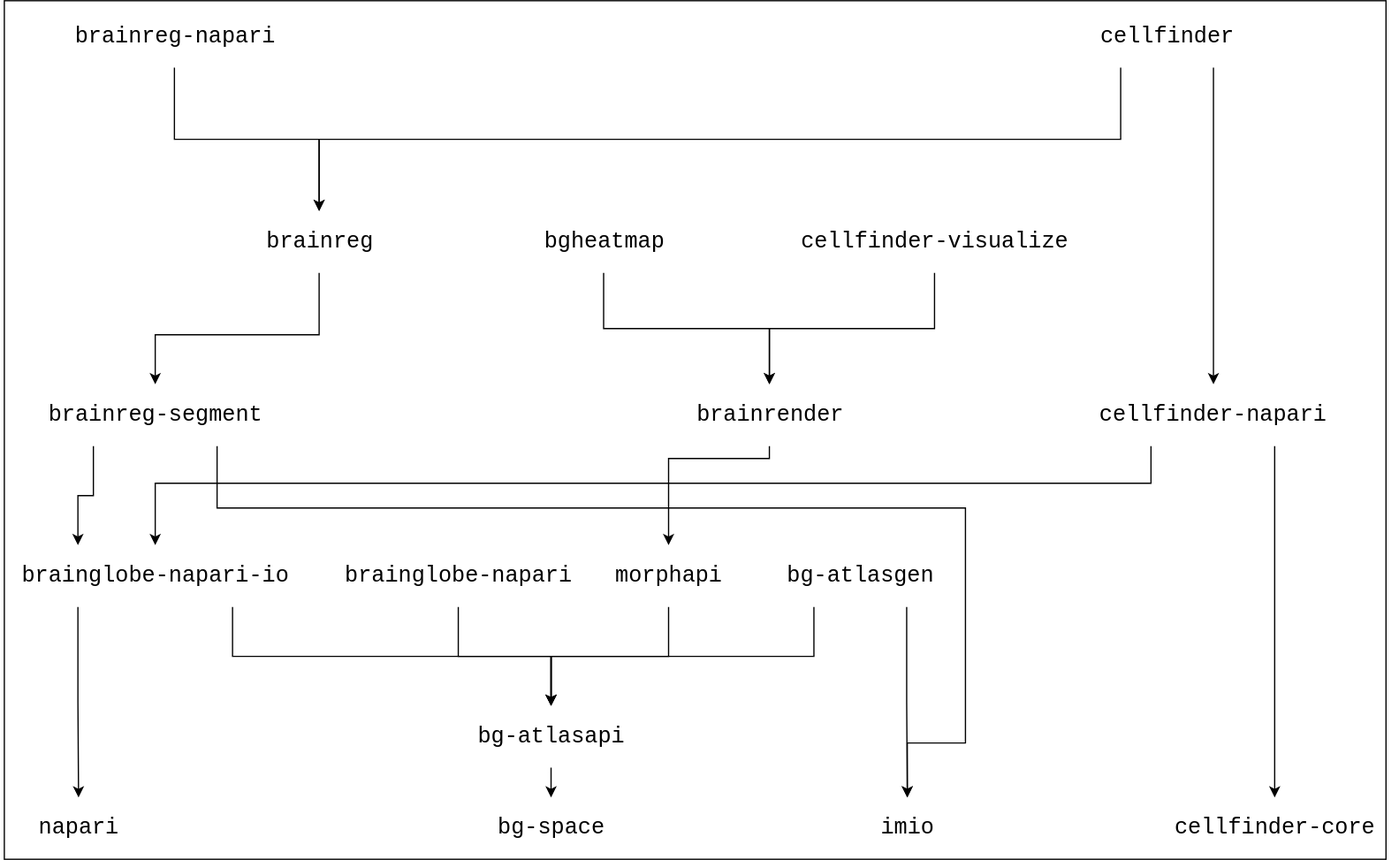
The draw.io diagram docs/assets/BrainGlobe-dependencies.svg in brainglobe/brainglobe-meta, before a commit. Source tidied: cells renumbered, new cells last; positions are measured from the earlier drawing's top-left corner, leaving out a move shared by most shapes.
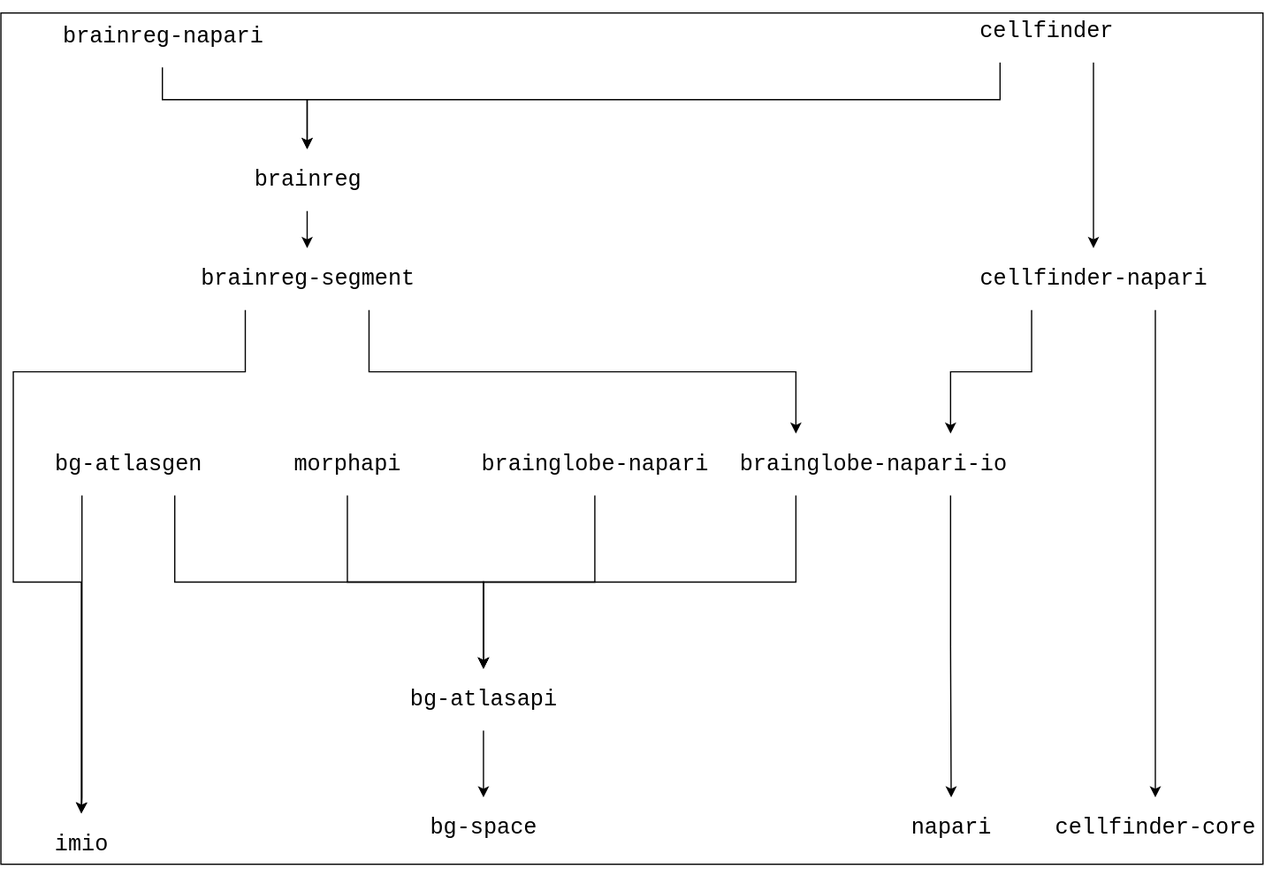
The same file after the commit.

Diff of the diagram source:
```diff
@@ -3,144 +3,124 @@
     <mxCell id="0" />
     <mxCell id="1" parent="0" />
     <mxCell id="2" style="rounded=0;whiteSpace=wrap;html=1;" parent="1" vertex="1">
-      <mxGeometry x="3" width="1117" height="694" as="geometry" />
+      <mxGeometry x="10" y="10" width="1020" height="688" as="geometry" />
     </mxCell>
     <mxCell id="3" value="napari" style="text;html=1;strokeColor=none;fillColor=none;align=center;verticalAlign=middle;rounded=0;fontFamily=Courier New;labelBackgroundColor=#FFFFFF;fontColor=#000000;labelBorderColor=none;fontSize=18;" parent="1" vertex="1">
-      <mxGeometry x="13" y="644" width="100" height="50" as="geometry" />
+      <mxGeometry x="728" y="644" width="100" height="50" as="geometry" />
     </mxCell>
     <mxCell id="4" value="bg-space" style="text;html=1;strokeColor=none;fillColor=none;align=center;verticalAlign=middle;rounded=0;fontFamily=Courier New;labelBackgroundColor=#FFFFFF;fontColor=#000000;labelBorderColor=none;fontSize=18;" parent="1" vertex="1">
-      <mxGeometry x="395" y="644" width="100" height="50" as="geometry" />
+      <mxGeometry x="350" y="644" width="100" height="50" as="geometry" />
     </mxCell>
     <mxCell id="5" value="cellfinder-core" style="text;html=1;strokeColor=none;fillColor=none;align=center;verticalAlign=middle;rounded=0;fontFamily=Courier New;labelBackgroundColor=#FFFFFF;fontColor=#000000;labelBorderColor=none;fontSize=18;" parent="1" vertex="1">
-      <mxGeometry x="930" y="644" width="200" height="50" as="geometry" />
+      <mxGeometry x="843" y="644" width="200" height="50" as="geometry" />
     </mxCell>
     <mxCell id="6" value="imio" style="text;html=1;strokeColor=none;fillColor=none;align=center;verticalAlign=middle;rounded=0;fontFamily=Courier New;labelBackgroundColor=#FFFFFF;fontColor=#000000;labelBorderColor=none;fontSize=18;" parent="1" vertex="1">
-      <mxGeometry x="683" y="644" width="100" height="50" as="geometry" />
+      <mxGeometry x="25" y="657" width="100" height="50" as="geometry" />
     </mxCell>
     <mxCell id="7" style="edgeStyle=orthogonalEdgeStyle;rounded=0;jettySize=auto;html=1;" parent="1" edge="1" source="8" target="4">
       <mxGeometry relative="1" as="geometry" />
     </mxCell>
     <mxCell id="8" value="bg-atlasapi" style="text;html=1;strokeColor=none;fillColor=none;align=center;verticalAlign=middle;rounded=0;fontFamily=Courier New;labelBackgroundColor=#FFFFFF;fontColor=#000000;labelBorderColor=none;fontSize=18;" parent="1" vertex="1">
-      <mxGeometry x="370" y="570" width="150" height="50" as="geometry" />
+      <mxGeometry x="325" y="540" width="150" height="50" as="geometry" />
     </mxCell>
-    <mxCell id="9" style="edgeStyle=orthogonalEdgeStyle;rounded=0;jettySize=auto;html=1;exitX=0.25;exitY=1;exitDx=0;exitDy=0;" parent="1" edge="1" source="11" target="8">
+    <mxCell id="9" style="edgeStyle=orthogonalEdgeStyle;rounded=0;jettySize=auto;html=1;exitX=0.75;exitY=1;exitDx=0;exitDy=0;" parent="1" edge="1" source="11" target="8">
       <mxGeometry relative="1" as="geometry" />
     </mxCell>
-    <mxCell id="10" style="edgeStyle=orthogonalEdgeStyle;rounded=0;jettySize=auto;html=1;exitX=0.75;exitY=1;exitDx=0;exitDy=0;entryX=0.5;entryY=0;entryDx=0;entryDy=0;" parent="1" edge="1" source="11" target="6">
-      <mxGeometry relative="1" as="geometry" />
+    <mxCell id="10" style="edgeStyle=orthogonalEdgeStyle;rounded=0;jettySize=auto;html=1;exitX=0.25;exitY=1;exitDx=0;exitDy=0;entryX=0.5;entryY=0;entryDx=0;entryDy=0;" parent="1" edge="1" source="11" target="6">
+      <mxGeometry relative="1" as="geometry">
+        <Array as="points">
+          <mxPoint x="76" y="644" />
+        </Array>
+      </mxGeometry>
     </mxCell>
     <mxCell id="11" value="bg-atlasgen" style="text;html=1;strokeColor=none;fillColor=none;align=center;verticalAlign=middle;rounded=0;fontFamily=Courier New;labelBackgroundColor=#FFFFFF;fontColor=#000000;labelBorderColor=none;fontSize=18;" parent="1" vertex="1">
-      <mxGeometry x="620" y="440" width="150" height="50" as="geometry" />
+      <mxGeometry x="38" y="350" width="150" height="50" as="geometry" />
     </mxCell>
-    <mxCell id="12" style="edgeStyle=orthogonalEdgeStyle;rounded=0;jettySize=auto;html=1;exitX=0.25;exitY=1;exitDx=0;exitDy=0;entryX=0.5;entryY=0;entryDx=0;entryDy=0;" parent="1" edge="1" source="14" target="3">
+    <mxCell id="12" style="edgeStyle=orthogonalEdgeStyle;rounded=0;jettySize=auto;html=1;exitX=0.75;exitY=1;exitDx=0;exitDy=0;entryX=0.5;entryY=0;entryDx=0;entryDy=0;" parent="1" edge="1" source="14" target="3">
       <mxGeometry relative="1" as="geometry" />
     </mxCell>
-    <mxCell id="13" style="edgeStyle=orthogonalEdgeStyle;rounded=0;jettySize=auto;html=1;exitX=0.75;exitY=1;exitDx=0;exitDy=0;entryX=0.5;entryY=0;entryDx=0;entryDy=0;" parent="1" edge="1" source="14" target="8">
+    <mxCell id="13" style="edgeStyle=orthogonalEdgeStyle;rounded=0;jettySize=auto;html=1;exitX=0.25;exitY=1;exitDx=0;exitDy=0;entryX=0.5;entryY=0;entryDx=0;entryDy=0;" parent="1" edge="1" source="14" target="8">
       <mxGeometry relative="1" as="geometry" />
     </mxCell>
     <mxCell id="14" value="&lt;div&gt;brainglobe-napari-io&lt;/div&gt;" style="text;html=1;strokeColor=none;fillColor=none;align=center;verticalAlign=middle;rounded=0;fontFamily=Courier New;labelBackgroundColor=#FFFFFF;fontColor=#000000;labelBorderColor=none;fontSize=18;" parent="1" vertex="1">
-      <mxGeometry y="440" width="250" height="50" as="geometry" />
+      <mxGeometry x="590" y="350" width="250" height="50" as="geometry" />
     </mxCell>
-    <mxCell id="15" style="edgeStyle=orthogonalEdgeStyle;rounded=0;jettySize=auto;html=1;entryX=0.5;entryY=0;entryDx=0;entryDy=0;" parent="1" edge="1" source="16" target="8">
-      <mxGeometry relative="1" as="geometry">
-        <Array as="points">
-          <mxPoint x="540" y="530" />
-          <mxPoint x="445" y="530" />
-        </Array>
-      </mxGeometry>
+    <mxCell id="15" style="edgeStyle=orthogonalEdgeStyle;rounded=0;jettySize=auto;html=1;exitX=0.5;exitY=1;exitDx=0;exitDy=0;entryX=0.5;entryY=0;entryDx=0;entryDy=0;" parent="1" edge="1" source="16" target="8">
+      <mxGeometry relative="1" as="geometry" />
     </mxCell>
     <mxCell id="16" value="morphapi" style="text;html=1;strokeColor=none;fillColor=none;align=center;verticalAlign=middle;rounded=0;fontFamily=Courier New;labelBackgroundColor=#FFFFFF;fontColor=#000000;labelBorderColor=none;fontSize=18;" parent="1" vertex="1">
-      <mxGeometry x="490" y="440" width="100" height="50" as="geometry" />
+      <mxGeometry x="240" y="350" width="100" height="50" as="geometry" />
     </mxCell>
     <mxCell id="17" style="edgeStyle=orthogonalEdgeStyle;rounded=0;jettySize=auto;html=1;entryX=0.5;entryY=0;entryDx=0;entryDy=0;" parent="1" edge="1" source="18" target="8">
       <mxGeometry relative="1" as="geometry" />
     </mxCell>
     <mxCell id="18" value="brainglobe-napari" style="text;html=1;strokeColor=none;fillColor=none;align=center;verticalAlign=middle;rounded=0;fontFamily=Courier New;labelBackgroundColor=#FFFFFF;fontColor=#000000;labelBorderColor=none;fontSize=18;" parent="1" vertex="1">
-      <mxGeometry x="270" y="440" width="200" height="50" as="geometry" />
+      <mxGeometry x="390" y="350" width="200" height="50" as="geometry" />
     </mxCell>
-    <mxCell id="19" style="edgeStyle=orthogonalEdgeStyle;rounded=0;jettySize=auto;html=1;exitX=0.25;exitY=1;exitDx=0;exitDy=0;entryX=0.25;entryY=0;entryDx=0;entryDy=0;" parent="1" edge="1" source="21" target="14">
+    <mxCell id="19" style="edgeStyle=orthogonalEdgeStyle;rounded=0;jettySize=auto;html=1;exitX=0.75;exitY=1;exitDx=0;exitDy=0;entryX=0.25;entryY=0;entryDx=0;entryDy=0;" parent="1" edge="1" source="21" target="14">
       <mxGeometry relative="1" as="geometry" />
     </mxCell>
-    <mxCell id="20" style="edgeStyle=orthogonalEdgeStyle;rounded=0;jettySize=auto;html=1;exitX=0.75;exitY=1;exitDx=0;exitDy=0;entryX=0.5;entryY=0;entryDx=0;entryDy=0;" parent="1" edge="1" source="21" target="6">
+    <mxCell id="20" style="edgeStyle=orthogonalEdgeStyle;rounded=0;jettySize=auto;html=1;exitX=0.25;exitY=1;exitDx=0;exitDy=0;entryX=0.5;entryY=0;entryDx=0;entryDy=0;" parent="1" edge="1" source="21" target="6">
       <mxGeometry relative="1" as="geometry">
         <Array as="points">
-          <mxPoint x="175" y="410" />
-          <mxPoint x="780" y="410" />
-          <mxPoint x="780" y="600" />
-          <mxPoint x="733" y="600" />
+          <mxPoint x="208" y="300" />
+          <mxPoint x="20" y="300" />
+          <mxPoint x="20" y="470" />
+          <mxPoint x="75" y="470" />
         </Array>
       </mxGeometry>
     </mxCell>
     <mxCell id="21" value="brainreg-segment" style="text;html=1;strokeColor=none;fillColor=none;align=center;verticalAlign=middle;rounded=0;fontFamily=Courier New;labelBackgroundColor=#FFFFFF;fontColor=#000000;labelBorderColor=none;fontSize=18;" parent="1" vertex="1">
-      <mxGeometry x="25" y="310" width="200" height="50" as="geometry" />
+      <mxGeometry x="157.5" y="200" width="200" height="50" as="geometry" />
     </mxCell>
-    <mxCell id="22" style="edgeStyle=orthogonalEdgeStyle;rounded=0;jettySize=auto;html=1;exitX=0.5;exitY=1;exitDx=0;exitDy=0;entryX=0.5;entryY=0;entryDx=0;entryDy=0;" parent="1" edge="1" source="23" target="16">
-      <mxGeometry relative="1" as="geometry">
-        <Array as="points">
-          <mxPoint x="622" y="370" />
-          <mxPoint x="540" y="370" />
-        </Array>
-      </mxGeometry>
-    </mxCell>
-    <mxCell id="23" value="brainrender" style="text;html=1;strokeColor=none;fillColor=none;align=center;verticalAlign=middle;rounded=0;fontFamily=Courier New;labelBackgroundColor=#FFFFFF;fontColor=#000000;labelBorderColor=none;fontSize=18;" parent="1" vertex="1">
-      <mxGeometry x="544" y="310" width="155" height="50" as="geometry" />
-    </mxCell>
     <mxCell id="24" style="edgeStyle=orthogonalEdgeStyle;rounded=0;jettySize=auto;html=1;exitX=0.75;exitY=1;exitDx=0;exitDy=0;entryX=0.5;entryY=0;entryDx=0;entryDy=0;" parent="1" edge="1" source="26" target="5">
       <mxGeometry relative="1" as="geometry" />
     </mxCell>
-    <mxCell id="25" style="edgeStyle=orthogonalEdgeStyle;rounded=0;jettySize=auto;html=1;exitX=0.25;exitY=1;exitDx=0;exitDy=0;entryX=0.5;entryY=0;entryDx=0;entryDy=0;" parent="1" edge="1" source="26" target="14">
+    <mxCell id="25" style="edgeStyle=orthogonalEdgeStyle;rounded=0;jettySize=auto;html=1;exitX=0.25;exitY=1;exitDx=0;exitDy=0;entryX=0.75;entryY=0;entryDx=0;entryDy=0;" parent="1" edge="1" source="26" target="14">
       <mxGeometry relative="1" as="geometry">
         <Array as="points">
-          <mxPoint x="930" y="390" />
-          <mxPoint x="125" y="390" />
+          <mxPoint x="843" y="300" />
+          <mxPoint x="778" y="300" />
         </Array>
       </mxGeometry>
     </mxCell>
     <mxCell id="26" value="cellfinder-napari" style="text;html=1;strokeColor=none;fillColor=none;align=center;verticalAlign=middle;rounded=0;fontFamily=Courier New;labelBackgroundColor=#FFFFFF;fontColor=#000000;labelBorderColor=none;fontSize=18;" parent="1" vertex="1">
-      <mxGeometry x="880" y="310" width="200" height="50" as="geometry" />
+      <mxGeometry x="793" y="200" width="200" height="50" as="geometry" />
     </mxCell>
-    <mxCell id="27" style="edgeStyle=orthogonalEdgeStyle;rounded=0;jettySize=auto;html=1;exitX=0.5;exitY=1;exitDx=0;exitDy=0;entryX=0.5;entryY=0;entryDx=0;entryDy=0;" parent="1" edge="1" source="28" target="21">
-      <mxGeometry relative="1" as="geometry">
-        <Array as="points">
-          <mxPoint x="258" y="270" />
-          <mxPoint x="125" y="270" />
-        </Array>
-      </mxGeometry>
+    <mxCell id="27" style="edgeStyle=orthogonalEdgeStyle;rounded=0;jettySize=auto;html=1;exitX=0.5;exitY=1;exitDx=0;exitDy=0;" parent="1" edge="1" source="28" target="21">
+      <mxGeometry relative="1" as="geometry" />
     </mxCell>
     <mxCell id="28" value="brainreg" style="text;html=1;strokeColor=none;fillColor=none;align=center;verticalAlign=middle;rounded=0;fontFamily=Courier New;labelBackgroundColor=#FFFFFF;fontColor=#000000;labelBorderColor=none;fontSize=18;" parent="1" vertex="1">
-      <mxGeometry x="210" y="170" width="95" height="50" as="geometry" />
+      <mxGeometry x="210" y="120" width="95" height="50" as="geometry" />
     </mxCell>
-    <mxCell id="29" style="edgeStyle=orthogonalEdgeStyle;rounded=0;jettySize=auto;html=1;" parent="1" edge="1" source="30" target="23">
-      <mxGeometry relative="1" as="geometry" />
-    </mxCell>
-    <mxCell id="30" value="bgheatmap" style="text;html=1;strokeColor=none;fillColor=none;align=center;verticalAlign=middle;rounded=0;fontFamily=Courier New;labelBackgroundColor=#FFFFFF;fontColor=#000000;labelBorderColor=none;fontSize=18;" parent="1" vertex="1">
-      <mxGeometry x="410" y="170" width="155" height="50" as="geometry" />
-    </mxCell>
-    <mxCell id="31" style="edgeStyle=orthogonalEdgeStyle;rounded=0;jettySize=auto;html=1;exitX=0.5;exitY=1;exitDx=0;exitDy=0;" parent="1" edge="1" source="32" target="23">
-      <mxGeometry relative="1" as="geometry" />
-    </mxCell>
-    <mxCell id="32" value="cellfinder-visualize" style="text;html=1;strokeColor=none;fillColor=none;align=center;verticalAlign=middle;rounded=0;fontFamily=Courier New;labelBackgroundColor=#FFFFFF;fontColor=#000000;labelBorderColor=none;fontSize=18;" parent="1" vertex="1">
-      <mxGeometry x="630" y="170" width="250" height="50" as="geometry" />
-    </mxCell>
     <mxCell id="33" style="edgeStyle=orthogonalEdgeStyle;rounded=0;jettySize=auto;html=1;entryX=0.5;entryY=0;entryDx=0;entryDy=0;" parent="1" edge="1" source="34" target="28">
-      <mxGeometry relative="1" as="geometry" />
+      <mxGeometry relative="1" as="geometry">
+        <Array as="points">
+          <mxPoint x="141" y="80" />
+          <mxPoint x="258" y="80" />
+        </Array>
+      </mxGeometry>
     </mxCell>
     <mxCell id="34" value="brainreg-napari" style="text;html=1;strokeColor=none;fillColor=none;align=center;verticalAlign=middle;rounded=0;fontFamily=Courier New;labelBackgroundColor=#FFFFFF;fontColor=#000000;labelBorderColor=none;fontSize=18;" parent="1" vertex="1">
       <mxGeometry x="38" y="4" width="205" height="50" as="geometry" />
     </mxCell>
     <mxCell id="35" style="edgeStyle=orthogonalEdgeStyle;rounded=0;jettySize=auto;html=1;exitX=0.25;exitY=1;exitDx=0;exitDy=0;entryX=0.5;entryY=0;entryDx=0;entryDy=0;" parent="1" edge="1" source="37" target="28">
-      <mxGeometry relative="1" as="geometry" />
+      <mxGeometry relative="1" as="geometry">
+        <Array as="points">
+          <mxPoint x="818" y="80" />
+          <mxPoint x="258" y="80" />
+        </Array>
+      </mxGeometry>
     </mxCell>
-    <mxCell id="36" style="edgeStyle=orthogonalEdgeStyle;rounded=0;jettySize=auto;html=1;exitX=0.75;exitY=1;exitDx=0;exitDy=0;" parent="1" edge="1" source="37" target="26">
+    <mxCell id="36" style="edgeStyle=orthogonalEdgeStyle;rounded=0;jettySize=auto;html=1;exitX=0.75;exitY=1;exitDx=0;exitDy=0;entryX=0.5;entryY=0;entryDx=0;entryDy=0;" parent="1" edge="1" source="37" target="26">
       <mxGeometry relative="1" as="geometry">
         <Array as="points">
-          <mxPoint x="980" y="150" />
-          <mxPoint x="980" y="150" />
+          <mxPoint x="893" y="200" />
         </Array>
       </mxGeometry>
     </mxCell>
     <mxCell id="37" value="cellfinder" style="text;html=1;strokeColor=none;fillColor=none;align=center;verticalAlign=middle;rounded=0;fontFamily=Courier New;labelBackgroundColor=#FFFFFF;fontColor=#000000;labelBorderColor=none;fontSize=18;" parent="1" vertex="1">
-      <mxGeometry x="868" y="4" width="150" height="50" as="geometry" />
+      <mxGeometry x="780" width="150" height="50" as="geometry" />
     </mxCell>
   </root>
 </mxGraphModel>
```
